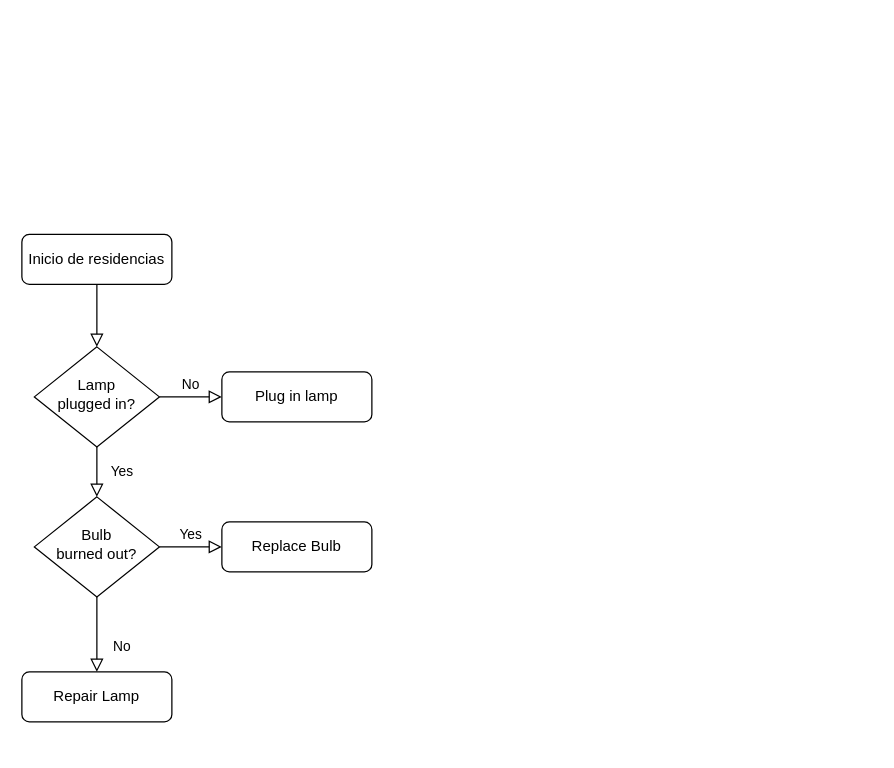
The draw.io diagram Diagrama sin título.drawio in AndresZurita09/Flores_Amarillas, before the edit. Source tidied: cells renumbered, new cells numbered last; positions are measured from the earlier drawing's top-left corner, leaving out a move shared by most shapes. Both pictures are drawn from the tidied source at 125%, with x=0, y=0 at pixel (21, 234).
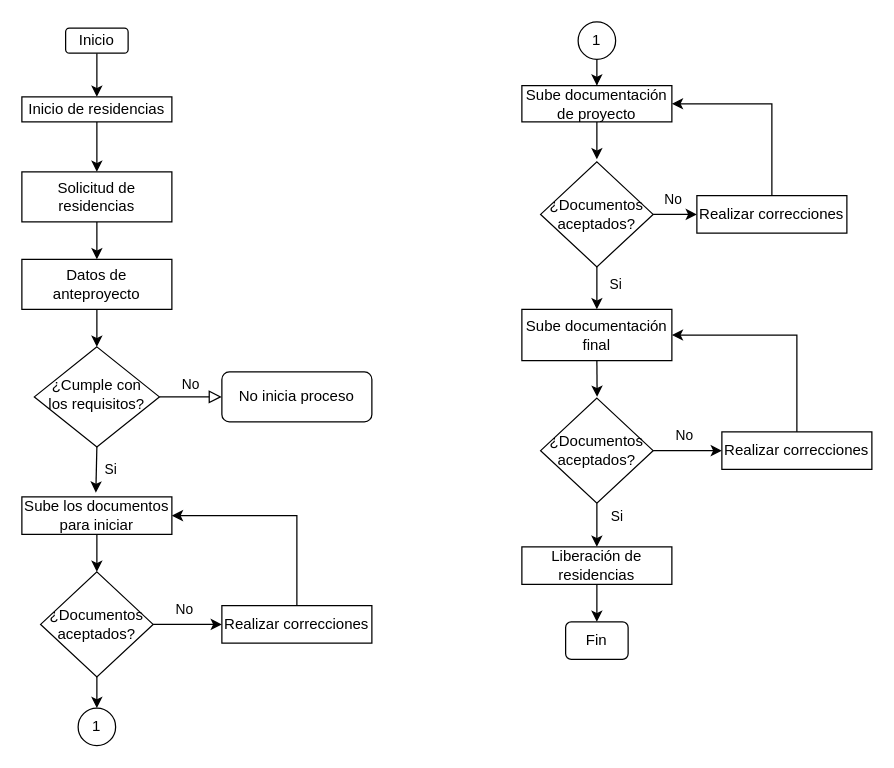
After the change.

The edit, as a diff of the source:
```diff
@@
-    <mxCell id="2" style="rounded=0;html=1;jettySize=auto;fontSize=11;endArrow=block;endFill=0;endSize=8;strokeWidth=1;shadow=0;labelBackgroundColor=none;edgeStyle=orthogonalEdgeStyle;" parent="1" edge="1" source="3" target="6">
-      <mxGeometry relative="1" as="geometry" />
-    </mxCell>
-    <mxCell id="3" value="Inicio de residencias" style="rounded=1;whiteSpace=wrap;html=1;fontSize=12;glass=0;strokeWidth=1;shadow=0;" parent="1" vertex="1">
-      <mxGeometry width="120" height="40" as="geometry" />
-    </mxCell>
-    <mxCell id="4" value="Yes" style="rounded=0;html=1;jettySize=auto;fontSize=11;endArrow=block;endFill=0;endSize=8;strokeWidth=1;shadow=0;labelBackgroundColor=none;edgeStyle=orthogonalEdgeStyle;" parent="1" edge="1" source="6" target="10">
-      <mxGeometry y="20" relative="1" as="geometry" />
-    </mxCell>
@@
-    <mxCell id="6" value="Lamp&lt;br&gt;plugged in?" style="rhombus;whiteSpace=wrap;html=1;shadow=0;fontFamily=Helvetica;fontSize=12;align=center;strokeWidth=1;spacing=6;spacingTop=-4;" parent="1" vertex="1">
+    <mxCell id="6" value="¿Cumple con los requisitos?" style="rhombus;whiteSpace=wrap;html=1;shadow=0;fontFamily=Helvetica;fontSize=12;align=center;strokeWidth=1;spacing=6;spacingTop=-4;" parent="1" vertex="1">
       <mxGeometry x="10" y="90" width="100" height="80" as="geometry" />
     </mxCell>
-    <mxCell id="7" value="Plug in lamp" style="rounded=1;whiteSpace=wrap;html=1;fontSize=12;glass=0;strokeWidth=1;shadow=0;" parent="1" vertex="1">
+    <mxCell id="7" value="No inicia proceso" style="rounded=1;whiteSpace=wrap;html=1;fontSize=12;glass=0;strokeWidth=1;shadow=0;" parent="1" vertex="1">
       <mxGeometry x="160" y="110" width="120" height="40" as="geometry" />
     </mxCell>
-    <mxCell id="8" value="No" style="rounded=0;html=1;jettySize=auto;fontSize=11;endArrow=block;endFill=0;endSize=8;strokeWidth=1;shadow=0;labelBackgroundColor=none;edgeStyle=orthogonalEdgeStyle;" parent="1" edge="1" source="10" target="11">
-      <mxGeometry x="0.33" y="20" relative="1" as="geometry" />
-    </mxCell>
-    <mxCell id="9" value="Yes" style="edgeStyle=orthogonalEdgeStyle;rounded=0;html=1;jettySize=auto;fontSize=11;endArrow=block;endFill=0;endSize=8;strokeWidth=1;shadow=0;labelBackgroundColor=none;" parent="1" edge="1" source="10" target="12">
-      <mxGeometry y="10" relative="1" as="geometry" />
-    </mxCell>
-    <mxCell id="10" value="Bulb&lt;br&gt;burned out?" style="rhombus;whiteSpace=wrap;html=1;shadow=0;fontFamily=Helvetica;fontSize=12;align=center;strokeWidth=1;spacing=6;spacingTop=-4;" parent="1" vertex="1">
-      <mxGeometry x="10" y="210" width="100" height="80" as="geometry" />
-    </mxCell>
-    <mxCell id="11" value="Repair Lamp" style="rounded=1;whiteSpace=wrap;html=1;fontSize=12;glass=0;strokeWidth=1;shadow=0;" parent="1" vertex="1">
-      <mxGeometry y="350" width="120" height="40" as="geometry" />
-    </mxCell>
-    <mxCell id="12" value="Replace Bulb" style="rounded=1;whiteSpace=wrap;html=1;fontSize=12;glass=0;strokeWidth=1;shadow=0;" parent="1" vertex="1">
-      <mxGeometry x="160" y="230" width="120" height="40" as="geometry" />
-    </mxCell>
+    <mxCell id="13" style="edgeStyle=orthogonalEdgeStyle;rounded=0;jettySize=auto;html=1;exitX=0.5;exitY=1;exitDx=0;exitDy=0;entryX=0.5;entryY=0;entryDx=0;entryDy=0;" parent="1" edge="1" source="14" target="16">
+      <mxGeometry relative="1" as="geometry" />
+    </mxCell>
+    <mxCell id="14" value="Solicitud de residencias" style="rounded=0;whiteSpace=wrap;html=1;" parent="1" vertex="1">
+      <mxGeometry y="-50" width="120" height="40" as="geometry" />
+    </mxCell>
+    <mxCell id="15" style="edgeStyle=orthogonalEdgeStyle;rounded=0;jettySize=auto;html=1;exitX=0.5;exitY=1;exitDx=0;exitDy=0;entryX=0.5;entryY=0;entryDx=0;entryDy=0;" parent="1" edge="1" source="16" target="6">
+      <mxGeometry relative="1" as="geometry" />
+    </mxCell>
+    <mxCell id="16" value="Datos de anteproyecto" style="rounded=0;whiteSpace=wrap;html=1;" parent="1" vertex="1">
+      <mxGeometry y="20" width="120" height="40" as="geometry" />
+    </mxCell>
+    <mxCell id="17" style="edgeStyle=orthogonalEdgeStyle;rounded=0;jettySize=auto;html=1;exitX=0.5;exitY=1;exitDx=0;exitDy=0;entryX=0.5;entryY=0;entryDx=0;entryDy=0;" parent="1" edge="1" source="18" target="21">
+      <mxGeometry relative="1" as="geometry" />
+    </mxCell>
+    <mxCell id="18" value="Sube los documentos para iniciar" style="rounded=0;whiteSpace=wrap;html=1;" parent="1" vertex="1">
+      <mxGeometry y="210" width="120" height="30" as="geometry" />
+    </mxCell>
+    <mxCell id="19" value="No" style="edgeStyle=orthogonalEdgeStyle;rounded=0;jettySize=auto;html=1;exitX=1;exitY=0.5;exitDx=0;exitDy=0;entryX=0;entryY=0.5;entryDx=0;entryDy=0;" parent="1" edge="1" source="21" target="25">
+      <mxGeometry x="-0.09" y="12" relative="1" as="geometry" />
+    </mxCell>
+    <mxCell id="20" style="edgeStyle=orthogonalEdgeStyle;rounded=0;jettySize=auto;html=1;" parent="1" edge="1" source="21" target="26">
+      <mxGeometry relative="1" as="geometry" />
+    </mxCell>
+    <mxCell id="21" value="¿Documentos aceptados?" style="rhombus;whiteSpace=wrap;html=1;" parent="1" vertex="1">
+      <mxGeometry x="15" y="270" width="90" height="84" as="geometry" />
+    </mxCell>
+    <mxCell id="22" style="edgeStyle=orthogonalEdgeStyle;rounded=0;jettySize=auto;html=1;exitX=0.5;exitY=1;exitDx=0;exitDy=0;entryX=0.493;entryY=-0.113;entryDx=0;entryDy=0;entryPerimeter=0;" parent="1" edge="1" source="6" target="18">
+      <mxGeometry relative="1" as="geometry" />
+    </mxCell>
+    <mxCell id="23" value="&lt;div&gt;Si&lt;/div&gt;" style="edgeLabel;html=1;align=center;verticalAlign=middle;" parent="22" vertex="1">
+      <mxGeometry x="-0.03" y="-1" relative="1" as="geometry">
+        <mxPoint x="12" as="offset" />
+      </mxGeometry>
+    </mxCell>
+    <mxCell id="24" style="edgeStyle=orthogonalEdgeStyle;rounded=0;jettySize=auto;html=1;exitX=0.5;exitY=0;exitDx=0;exitDy=0;entryX=1;entryY=0.5;entryDx=0;entryDy=0;" parent="1" edge="1" source="25" target="18">
+      <mxGeometry relative="1" as="geometry" />
+    </mxCell>
+    <mxCell id="25" value="Realizar correcciones" style="rounded=0;whiteSpace=wrap;html=1;" parent="1" vertex="1">
+      <mxGeometry x="160" y="297" width="120" height="30" as="geometry" />
+    </mxCell>
+    <mxCell id="26" value="1" style="ellipse;whiteSpace=wrap;html=1;" parent="1" vertex="1">
+      <mxGeometry x="45" y="379" width="30" height="30" as="geometry" />
+    </mxCell>
+    <mxCell id="27" style="edgeStyle=orthogonalEdgeStyle;rounded=0;jettySize=auto;html=1;" parent="1" edge="1" source="28" target="30">
+      <mxGeometry relative="1" as="geometry" />
+    </mxCell>
+    <mxCell id="28" value="1" style="ellipse;whiteSpace=wrap;html=1;" parent="1" vertex="1">
+      <mxGeometry x="445" y="-170" width="30" height="30" as="geometry" />
+    </mxCell>
+    <mxCell id="29" style="edgeStyle=orthogonalEdgeStyle;rounded=0;jettySize=auto;html=1;exitX=0.5;exitY=1;exitDx=0;exitDy=0;" parent="1" edge="1" source="30">
+      <mxGeometry relative="1" as="geometry">
+        <mxPoint x="460" y="-60" as="targetPoint" />
+      </mxGeometry>
+    </mxCell>
+    <mxCell id="30" value="Sube documentación de proyecto" style="whiteSpace=wrap;html=1;" parent="1" vertex="1">
+      <mxGeometry x="400" y="-119" width="120" height="29" as="geometry" />
+    </mxCell>
+    <mxCell id="31" value="No" style="edgeStyle=orthogonalEdgeStyle;rounded=0;jettySize=auto;html=1;exitX=1;exitY=0.5;exitDx=0;exitDy=0;entryX=0;entryY=0.5;entryDx=0;entryDy=0;" parent="1" edge="1" source="33" target="35">
+      <mxGeometry x="-0.09" y="12" relative="1" as="geometry" />
+    </mxCell>
+    <mxCell id="32" value="&lt;div&gt;Si&lt;/div&gt;" style="edgeStyle=orthogonalEdgeStyle;rounded=0;jettySize=auto;html=1;exitX=0.5;exitY=1;exitDx=0;exitDy=0;entryX=0.5;entryY=0;entryDx=0;entryDy=0;" parent="1" edge="1" source="33" target="37">
+      <mxGeometry x="-0.18" y="15" relative="1" as="geometry" />
+    </mxCell>
+    <mxCell id="33" value="¿Documentos aceptados?" style="rhombus;whiteSpace=wrap;html=1;" parent="1" vertex="1">
+      <mxGeometry x="415" y="-58" width="90" height="84" as="geometry" />
+    </mxCell>
+    <mxCell id="34" style="edgeStyle=orthogonalEdgeStyle;rounded=0;jettySize=auto;html=1;exitX=0.5;exitY=0;exitDx=0;exitDy=0;entryX=1;entryY=0.5;entryDx=0;entryDy=0;" parent="1" edge="1" source="35" target="30">
+      <mxGeometry relative="1" as="geometry" />
+    </mxCell>
+    <mxCell id="35" value="Realizar correcciones" style="rounded=0;whiteSpace=wrap;html=1;" parent="1" vertex="1">
+      <mxGeometry x="540" y="-31" width="120" height="30" as="geometry" />
+    </mxCell>
+    <mxCell id="36" style="edgeStyle=orthogonalEdgeStyle;rounded=0;jettySize=auto;html=1;exitX=0.5;exitY=1;exitDx=0;exitDy=0;" parent="1" edge="1" source="37">
+      <mxGeometry relative="1" as="geometry">
+        <mxPoint x="460.2" y="130" as="targetPoint" />
+      </mxGeometry>
+    </mxCell>
+    <mxCell id="37" value="Sube documentación final" style="rounded=0;whiteSpace=wrap;html=1;" parent="1" vertex="1">
+      <mxGeometry x="400" y="60" width="120" height="41" as="geometry" />
+    </mxCell>
+    <mxCell id="38" value="No" style="edgeStyle=orthogonalEdgeStyle;rounded=0;jettySize=auto;html=1;exitX=1;exitY=0.5;exitDx=0;exitDy=0;entryX=0;entryY=0.5;entryDx=0;entryDy=0;" parent="1" edge="1" source="41" target="43">
+      <mxGeometry x="-0.09" y="12" relative="1" as="geometry" />
+    </mxCell>
+    <mxCell id="39" style="edgeStyle=orthogonalEdgeStyle;rounded=0;jettySize=auto;html=1;entryX=0.5;entryY=0;entryDx=0;entryDy=0;" parent="1" edge="1" source="41" target="45">
+      <mxGeometry relative="1" as="geometry" />
+    </mxCell>
+    <mxCell id="40" value="Si" style="edgeLabel;html=1;align=center;verticalAlign=middle;" parent="39" vertex="1">
+      <mxGeometry x="0.52" y="1" relative="1" as="geometry">
+        <mxPoint x="14" y="-14" as="offset" />
+      </mxGeometry>
+    </mxCell>
+    <mxCell id="41" value="¿Documentos aceptados?" style="rhombus;whiteSpace=wrap;html=1;" parent="1" vertex="1">
+      <mxGeometry x="415" y="131" width="90" height="84" as="geometry" />
+    </mxCell>
+    <mxCell id="42" style="edgeStyle=orthogonalEdgeStyle;rounded=0;jettySize=auto;html=1;exitX=0.5;exitY=0;exitDx=0;exitDy=0;entryX=1;entryY=0.5;entryDx=0;entryDy=0;" parent="1" edge="1" source="43" target="37">
+      <mxGeometry relative="1" as="geometry" />
+    </mxCell>
+    <mxCell id="43" value="Realizar correcciones" style="rounded=0;whiteSpace=wrap;html=1;" parent="1" vertex="1">
+      <mxGeometry x="560" y="158" width="120" height="30" as="geometry" />
+    </mxCell>
+    <mxCell id="44" style="edgeStyle=orthogonalEdgeStyle;rounded=0;jettySize=auto;html=1;exitX=0.5;exitY=1;exitDx=0;exitDy=0;entryX=0.5;entryY=0;entryDx=0;entryDy=0;" parent="1" edge="1" source="45" target="46">
+      <mxGeometry relative="1" as="geometry" />
+    </mxCell>
+    <mxCell id="45" value="Liberación de residencias" style="rounded=0;whiteSpace=wrap;html=1;" parent="1" vertex="1">
+      <mxGeometry x="400" y="250" width="120" height="30" as="geometry" />
+    </mxCell>
+    <mxCell id="46" value="Fin" style="rounded=1;whiteSpace=wrap;html=1;" parent="1" vertex="1">
+      <mxGeometry x="435" y="310" width="50" height="30" as="geometry" />
+    </mxCell>
+    <mxCell id="47" style="edgeStyle=orthogonalEdgeStyle;rounded=0;jettySize=auto;html=1;exitX=0.5;exitY=1;exitDx=0;exitDy=0;entryX=0.5;entryY=0;entryDx=0;entryDy=0;" parent="1" edge="1" source="48" target="3">
+      <mxGeometry relative="1" as="geometry" />
+    </mxCell>
+    <mxCell id="48" value="Inicio" style="rounded=1;whiteSpace=wrap;html=1;" parent="1" vertex="1">
+      <mxGeometry x="35" y="-165" width="50" height="20" as="geometry" />
+    </mxCell>
+    <mxCell id="49" style="edgeStyle=orthogonalEdgeStyle;rounded=0;jettySize=auto;html=1;exitX=0.5;exitY=1;exitDx=0;exitDy=0;entryX=0.5;entryY=0;entryDx=0;entryDy=0;" parent="1" edge="1" source="3" target="14">
+      <mxGeometry relative="1" as="geometry" />
+    </mxCell>
+    <mxCell id="3" value="Inicio de residencias" style="rounded=0;whiteSpace=wrap;html=1;" parent="1" vertex="1">
+      <mxGeometry y="-110" width="120" height="20" as="geometry" />
+    </mxCell>
```
